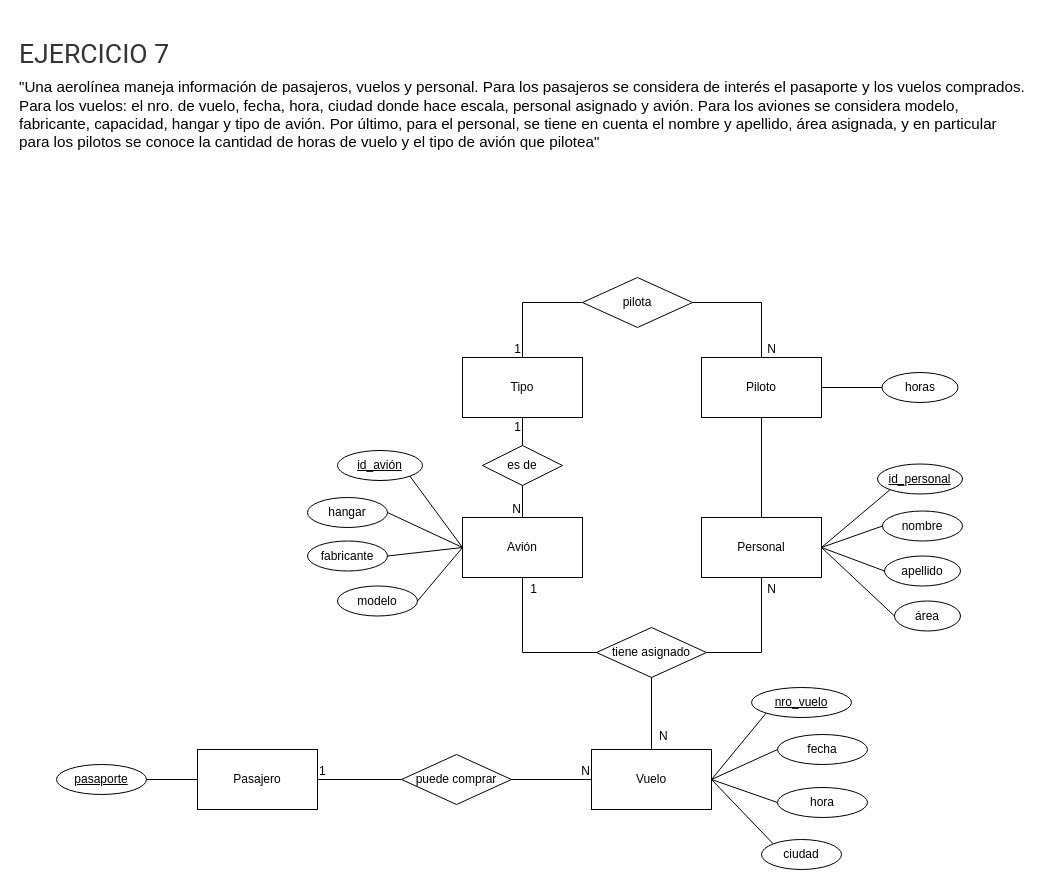
This is DER extendido ejercicio 7.drawio from Kevchuuu/Base-de-datos-, a draw.io file, before an edit. Source tidied: cells renumbered, new cells numbered last; positions are measured from the earlier drawing's top-left corner, leaving out a move shared by most shapes. Both pictures are drawn from the tidied source at 100%, with x=0, y=0 at pixel (17, 17).
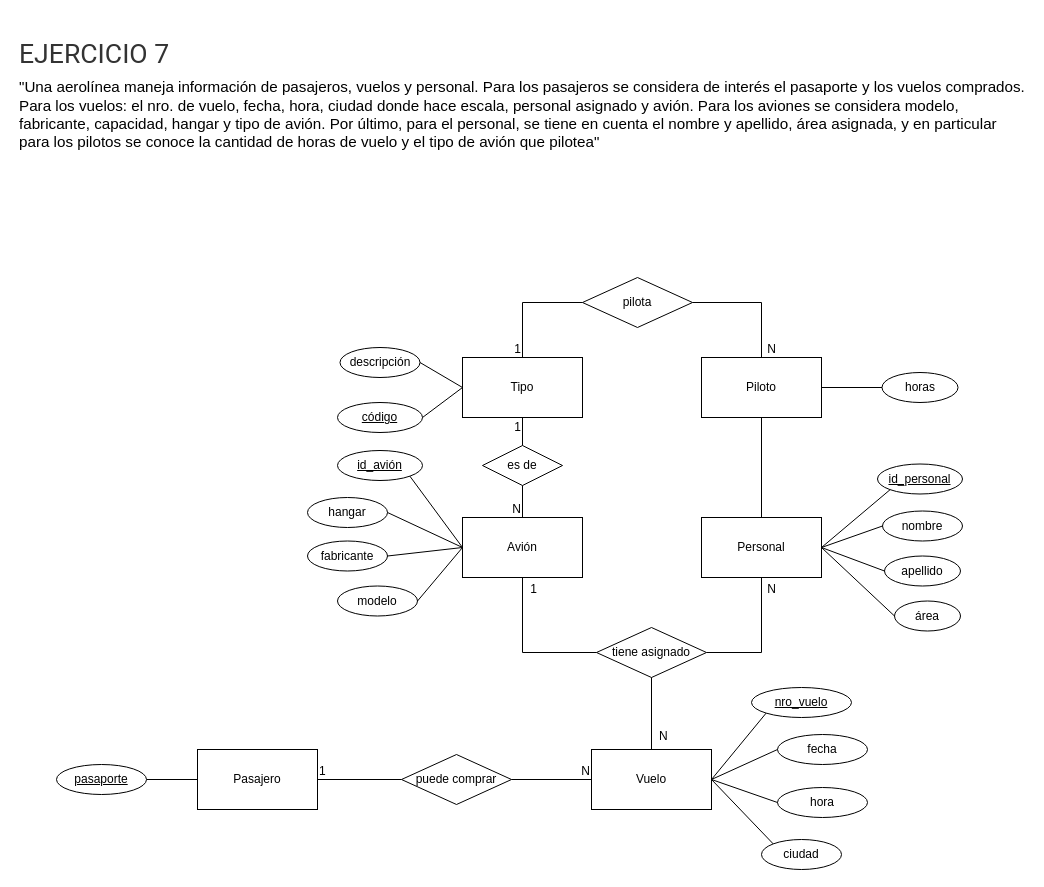
Above is the later version.

Unchanged cells that the change refers to:
```xml
<mxCell id="50" value="Tipo" style="rounded=0;whiteSpace=wrap;html=1;" parent="1" vertex="1">
  <mxGeometry x="445" y="340" width="120" height="60" as="geometry" />
</mxCell>
```

Diff of the diagram source:
```diff
@@
+    <mxCell id="60" value="código" style="ellipse;whiteSpace=wrap;html=1;align=center;fontStyle=4;" parent="1" vertex="1">
+      <mxGeometry x="320" y="385" width="85" height="30" as="geometry" />
+    </mxCell>
+    <mxCell id="61" value="descripción" style="ellipse;whiteSpace=wrap;html=1;align=center;" parent="1" vertex="1">
+      <mxGeometry x="322.5" y="330" width="80" height="30" as="geometry" />
+    </mxCell>
+    <mxCell id="62" style="endArrow=none;html=1;rounded=0;exitX=0;exitY=0.5;exitDx=0;exitDy=0;entryX=1;entryY=0.5;entryDx=0;entryDy=0;" parent="1" edge="1" source="50" target="60">
+      <mxGeometry relative="1" as="geometry" />
+    </mxCell>
+    <mxCell id="63" style="endArrow=none;html=1;rounded=0;exitX=1;exitY=0.5;exitDx=0;exitDy=0;entryX=0;entryY=0.5;entryDx=0;entryDy=0;" parent="1" edge="1" source="61" target="50">
+      <mxGeometry relative="1" as="geometry" />
+    </mxCell>
```
